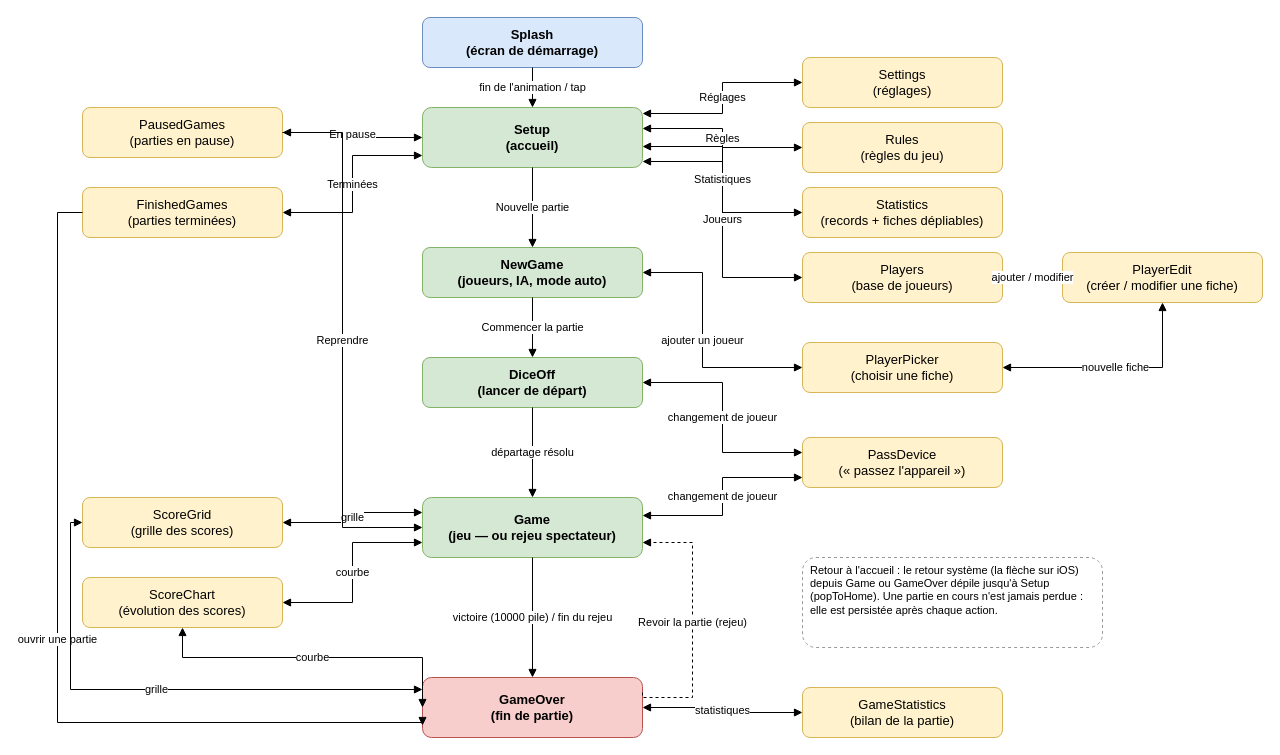
Above: docs/screen-flow.drawio in microscotch/tenk (draw.io), before the change. Source tidied: cells renumbered, new cells numbered last; positions are measured from the earlier drawing's top-left corner, leaving out a move shared by most shapes. Both pictures are drawn from the tidied source at 100%, with x=0, y=0 at pixel (57, 17).
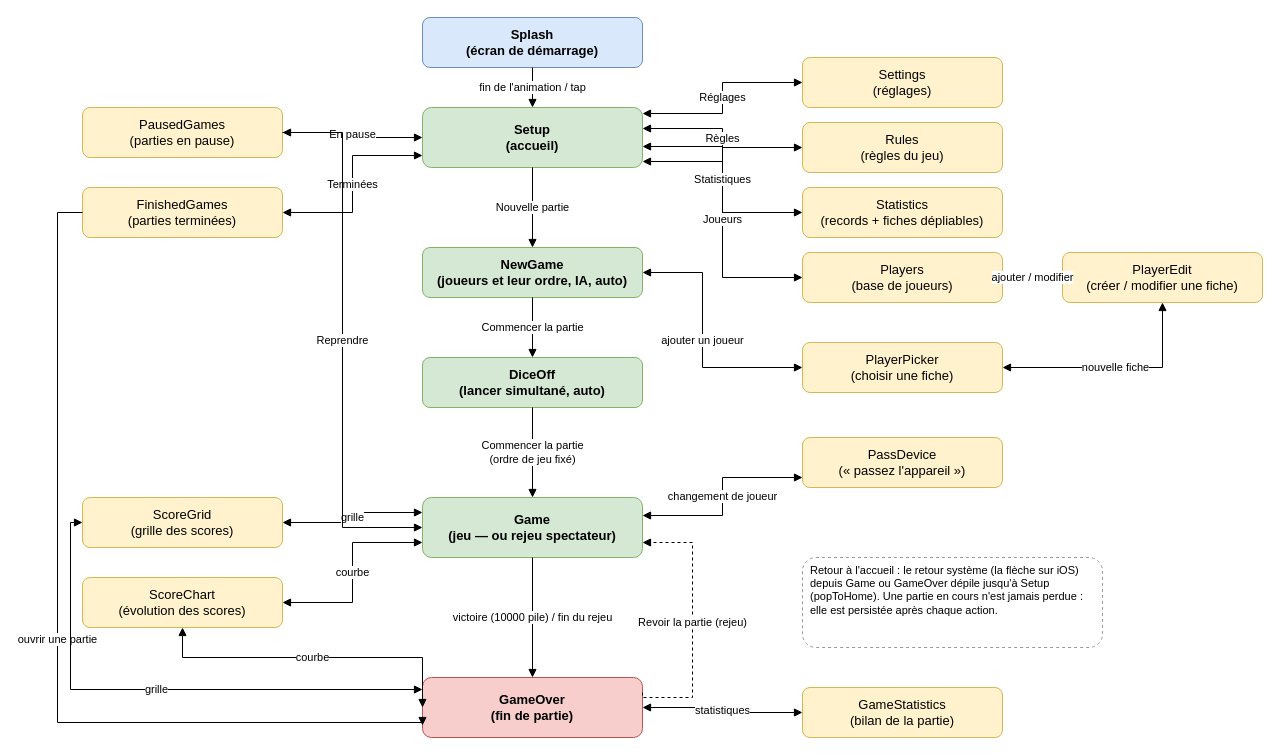
After the change.

Unchanged cells that the change refers to:
```xml
<mxCell id="14" value="PassDevice&#10;(« passez l'appareil »)" style="rounded=1;whiteSpace=wrap;html=1;fillColor=#fff2cc;strokeColor=#d6b656;fontSize=13;" parent="1" vertex="1">
  <mxGeometry x="745" y="420" width="200" height="50" as="geometry" />
</mxCell>
<mxCell id="15" value="Game&#10;(jeu — ou rejeu spectateur)" style="rounded=1;whiteSpace=wrap;html=1;fillColor=#d5e8d4;strokeColor=#82b366;fontSize=13;fontStyle=1;" parent="1" vertex="1">
  <mxGeometry x="365" y="480" width="220" height="60" as="geometry" />
</mxCell>
```

The edit, as a diff of the source:
```diff
@@
-    <mxCell id="11" value="NewGame&#10;(joueurs, IA, mode auto)" style="rounded=1;whiteSpace=wrap;html=1;fillColor=#d5e8d4;strokeColor=#82b366;fontSize=13;fontStyle=1;" parent="1" vertex="1">
+    <mxCell id="11" value="NewGame&#10;(joueurs et leur ordre, IA, auto)" style="rounded=1;whiteSpace=wrap;html=1;fillColor=#d5e8d4;strokeColor=#82b366;fontSize=13;fontStyle=1;" parent="1" vertex="1">
       <mxGeometry x="365" y="230" width="220" height="50" as="geometry" />
     </mxCell>
@@
-    <mxCell id="13" value="DiceOff&#10;(lancer de départ)" style="rounded=1;whiteSpace=wrap;html=1;fillColor=#d5e8d4;strokeColor=#82b366;fontSize=13;fontStyle=1;" parent="1" vertex="1">
+    <mxCell id="13" value="DiceOff&#10;(lancer simultané, auto)" style="rounded=1;whiteSpace=wrap;html=1;fillColor=#d5e8d4;strokeColor=#82b366;fontSize=13;fontStyle=1;" parent="1" vertex="1">
       <mxGeometry x="365" y="340" width="220" height="50" as="geometry" />
     </mxCell>
@@
-    <mxCell id="33" value="changement de joueur" style="edgeStyle=orthogonalEdgeStyle;rounded=0;html=1;fontSize=11;startArrow=block;startFill=1;endArrow=block;endFill=1;exitX=1;exitY=0.5;entryX=0;entryY=0.3;" parent="1" edge="1" source="13" target="14">
-      <mxGeometry relative="1" as="geometry" />
-    </mxCell>
-    <mxCell id="34" value="départage résolu" style="edgeStyle=orthogonalEdgeStyle;rounded=0;html=1;fontSize=11;endArrow=block;endFill=1;" parent="1" edge="1" source="13" target="15">
+    <mxCell id="34" value="Commencer la partie&#10;(ordre de jeu fixé)" style="edgeStyle=orthogonalEdgeStyle;rounded=0;html=1;fontSize=11;endArrow=block;endFill=1;" parent="1" edge="1" source="13" target="15">
       <mxGeometry relative="1" as="geometry" />
     </mxCell>
```
